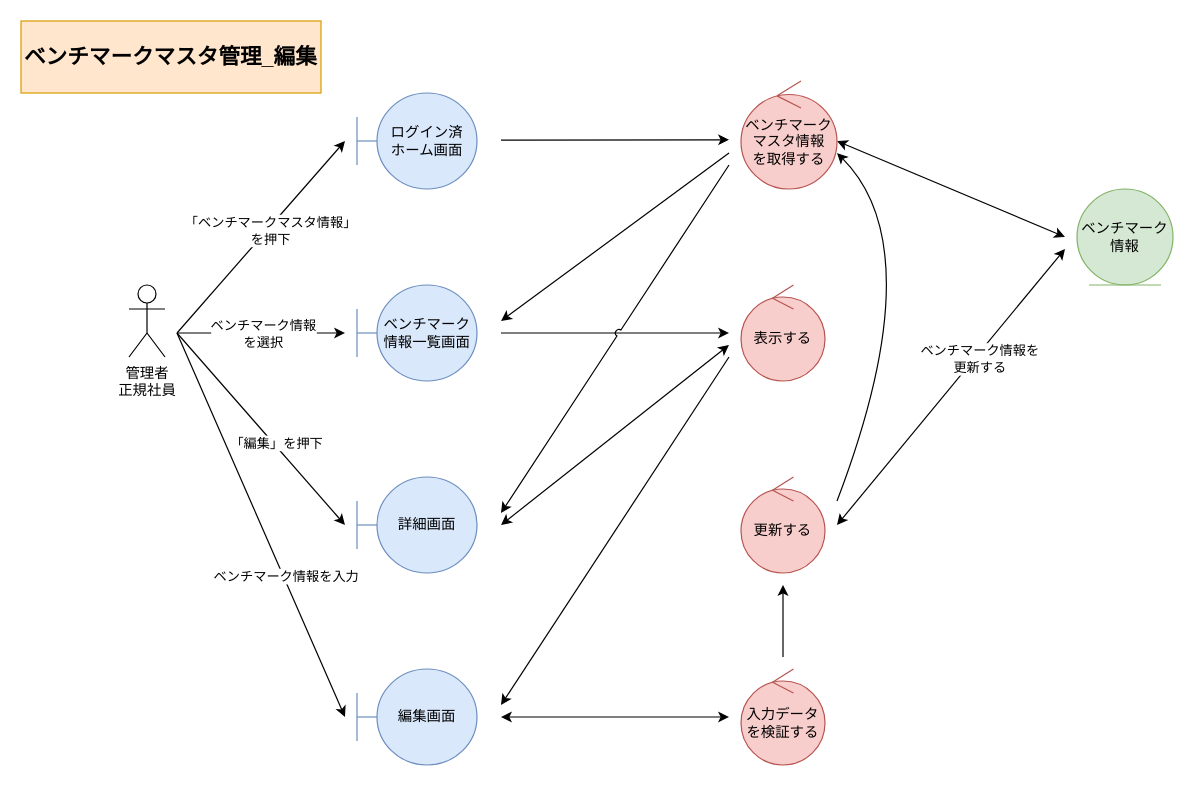
The draw.io diagram page "*ベンチマークマスタ管理_編集" (3 of 4) of 各種設計書/3ロバストネス図/マスタ管理/5.ベンチマークマスタ.drawio in HaruShim/Sotuken, before the edit. Source tidied: cells renumbered, new cells numbered last; positions are measured from the earlier drawing's top-left corner, leaving out a move shared by most shapes. Both pictures are drawn from the tidied source at 120%, with x=0, y=0 at pixel (20, 20).
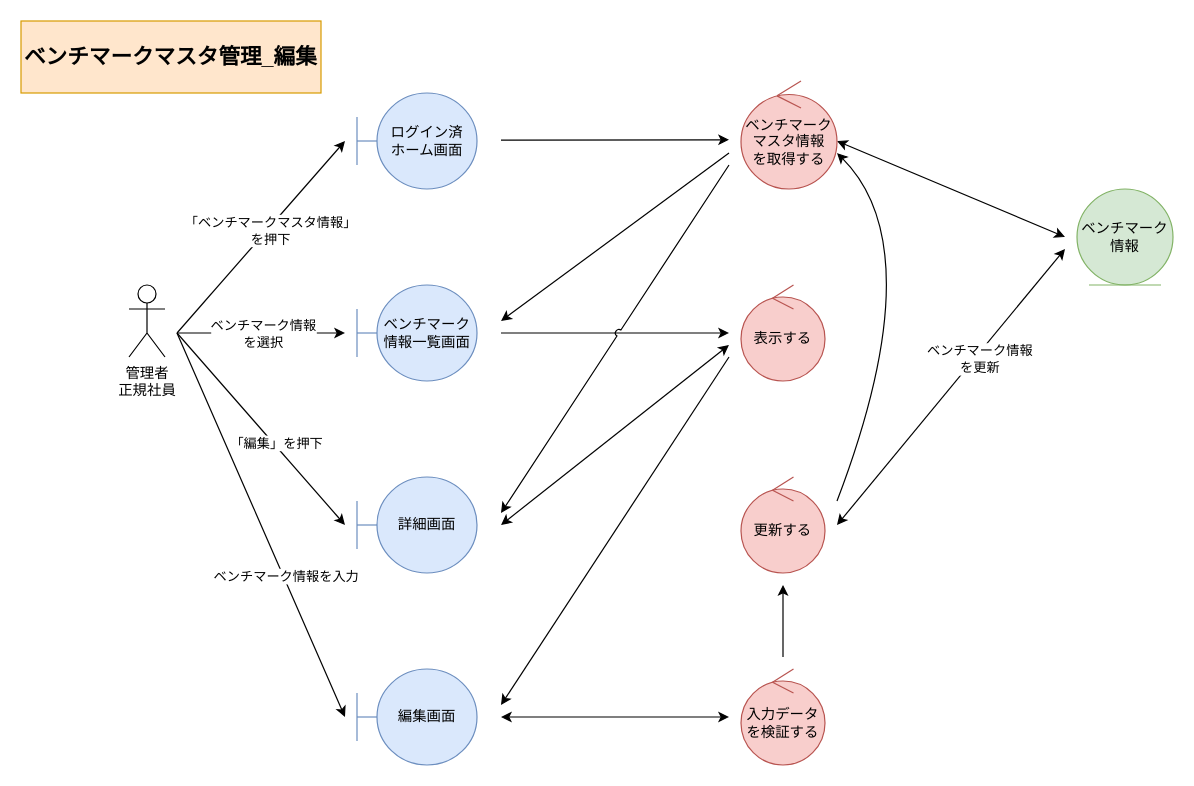
The same page after the edit.

Unchanged cells that the change refers to:
```xml
<mxCell id="21" style="endArrow=classic;html=1;rounded=0;jumpStyle=none;startArrow=classic;startFill=1;endFill=1;" parent="1" edge="1">
  <mxGeometry relative="1" as="geometry">
    <mxPoint x="870" y="190" as="sourcePoint" />
    <mxPoint x="680" y="420" as="targetPoint" />
  </mxGeometry>
</mxCell>
```

Change to the diagram source:
```diff
@@
-    <mxCell id="22" value="ベンチマーク情報を&lt;br&gt;更新する" style="edgeLabel;html=1;align=center;verticalAlign=middle;" parent="21" vertex="1">
+    <mxCell id="22" value="ベンチマーク情報&lt;br&gt;を更新" style="edgeLabel;html=1;align=center;verticalAlign=middle;" parent="21" vertex="1">
       <mxGeometry x="-0.22" y="4" relative="1" as="geometry">
         <mxPoint x="-1" as="offset" />
       </mxGeometry>
     </mxCell>
```
